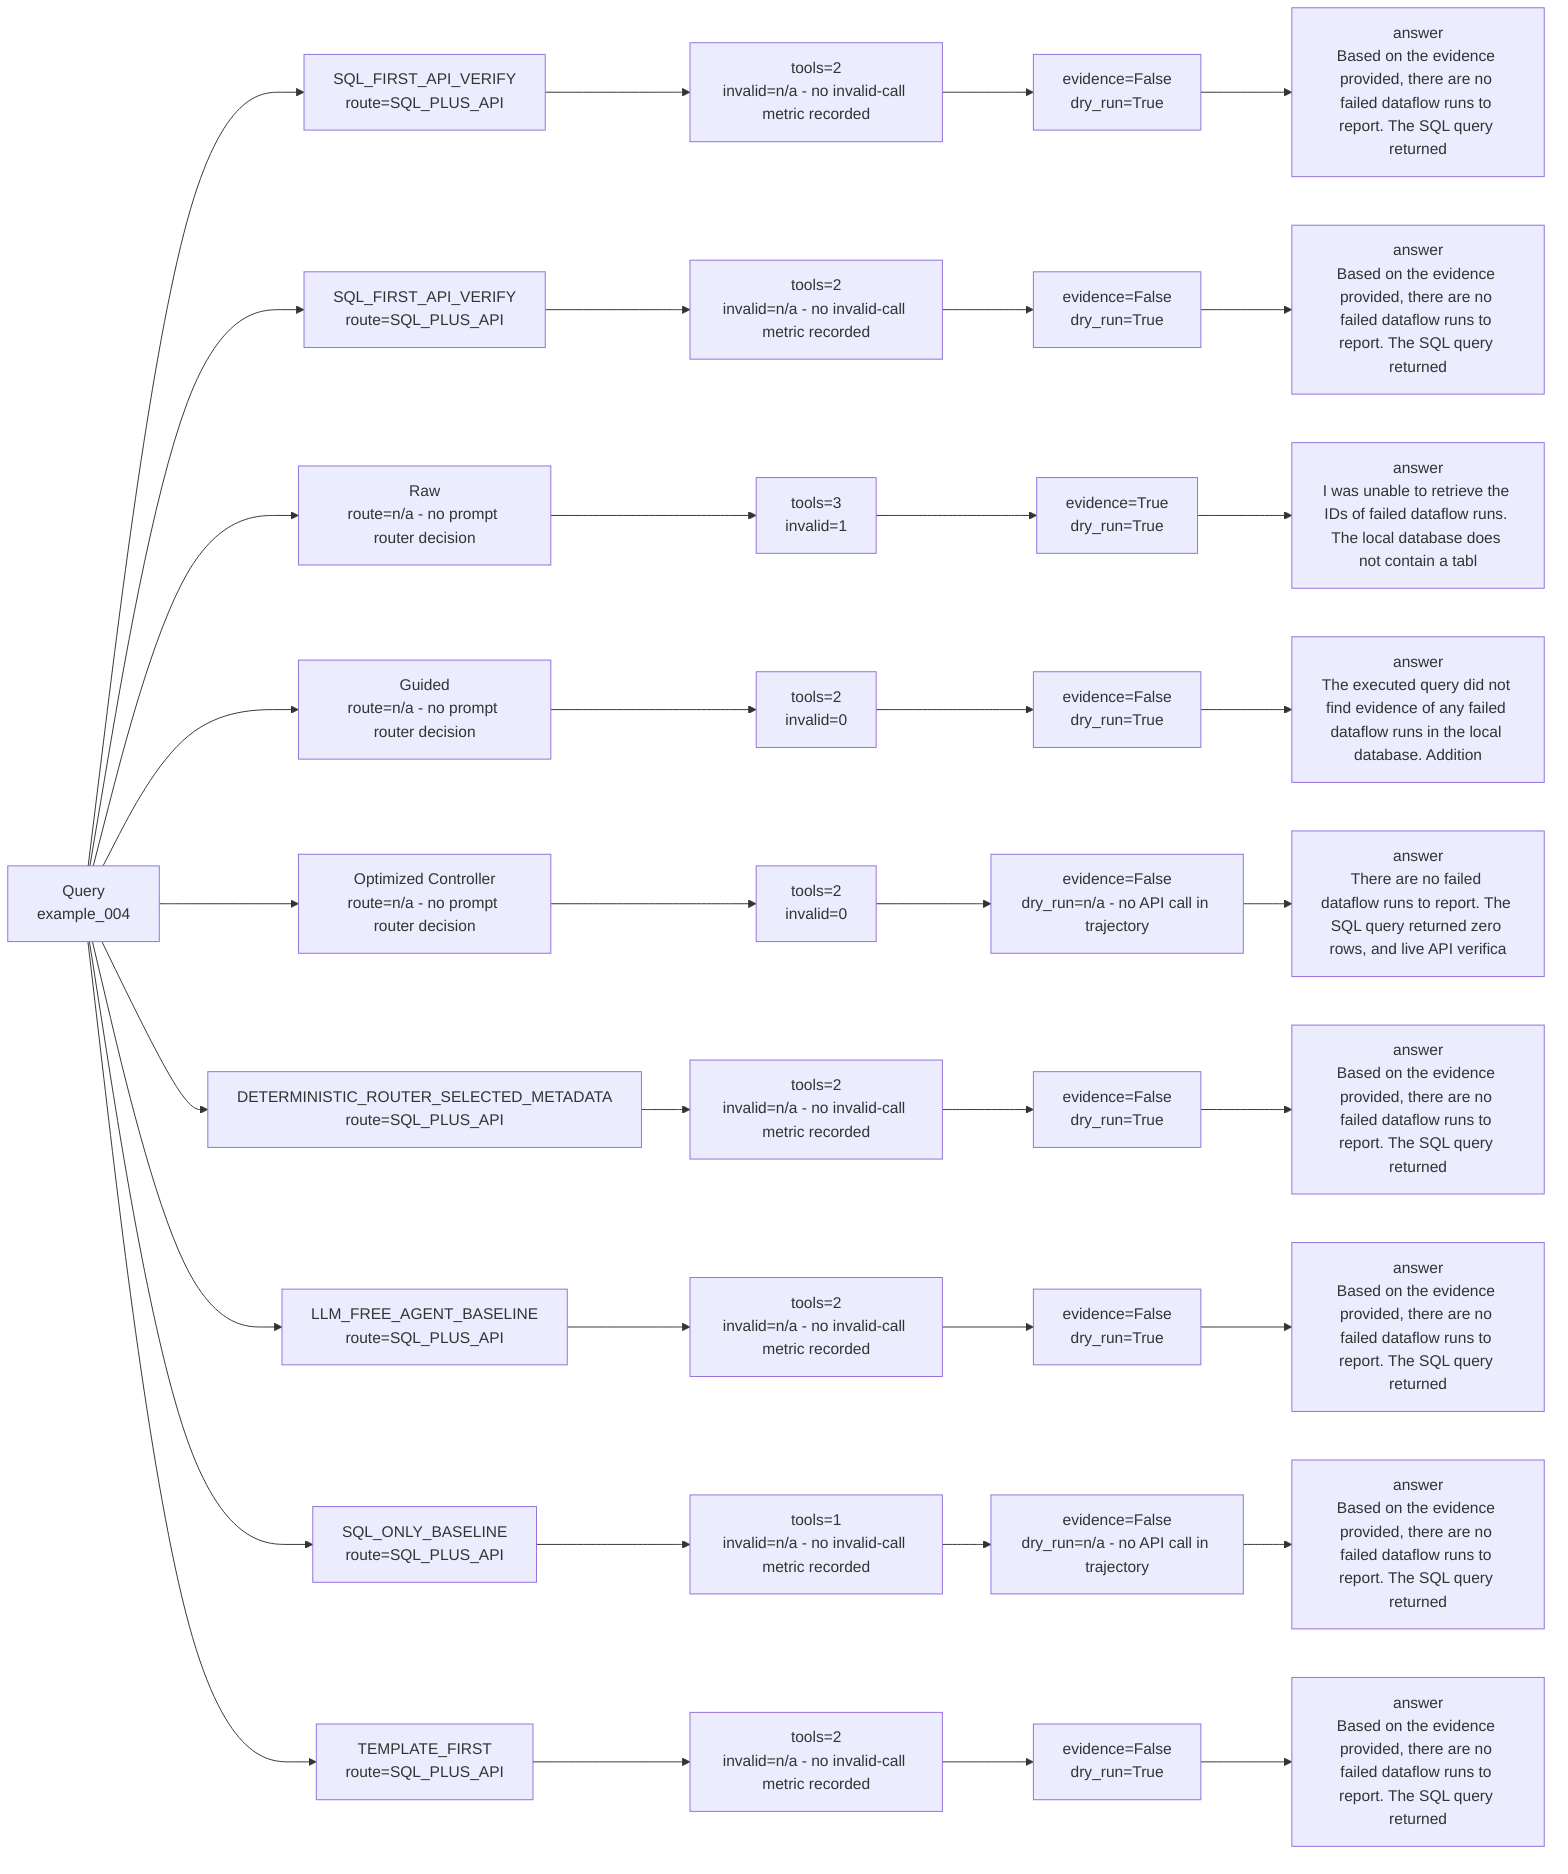
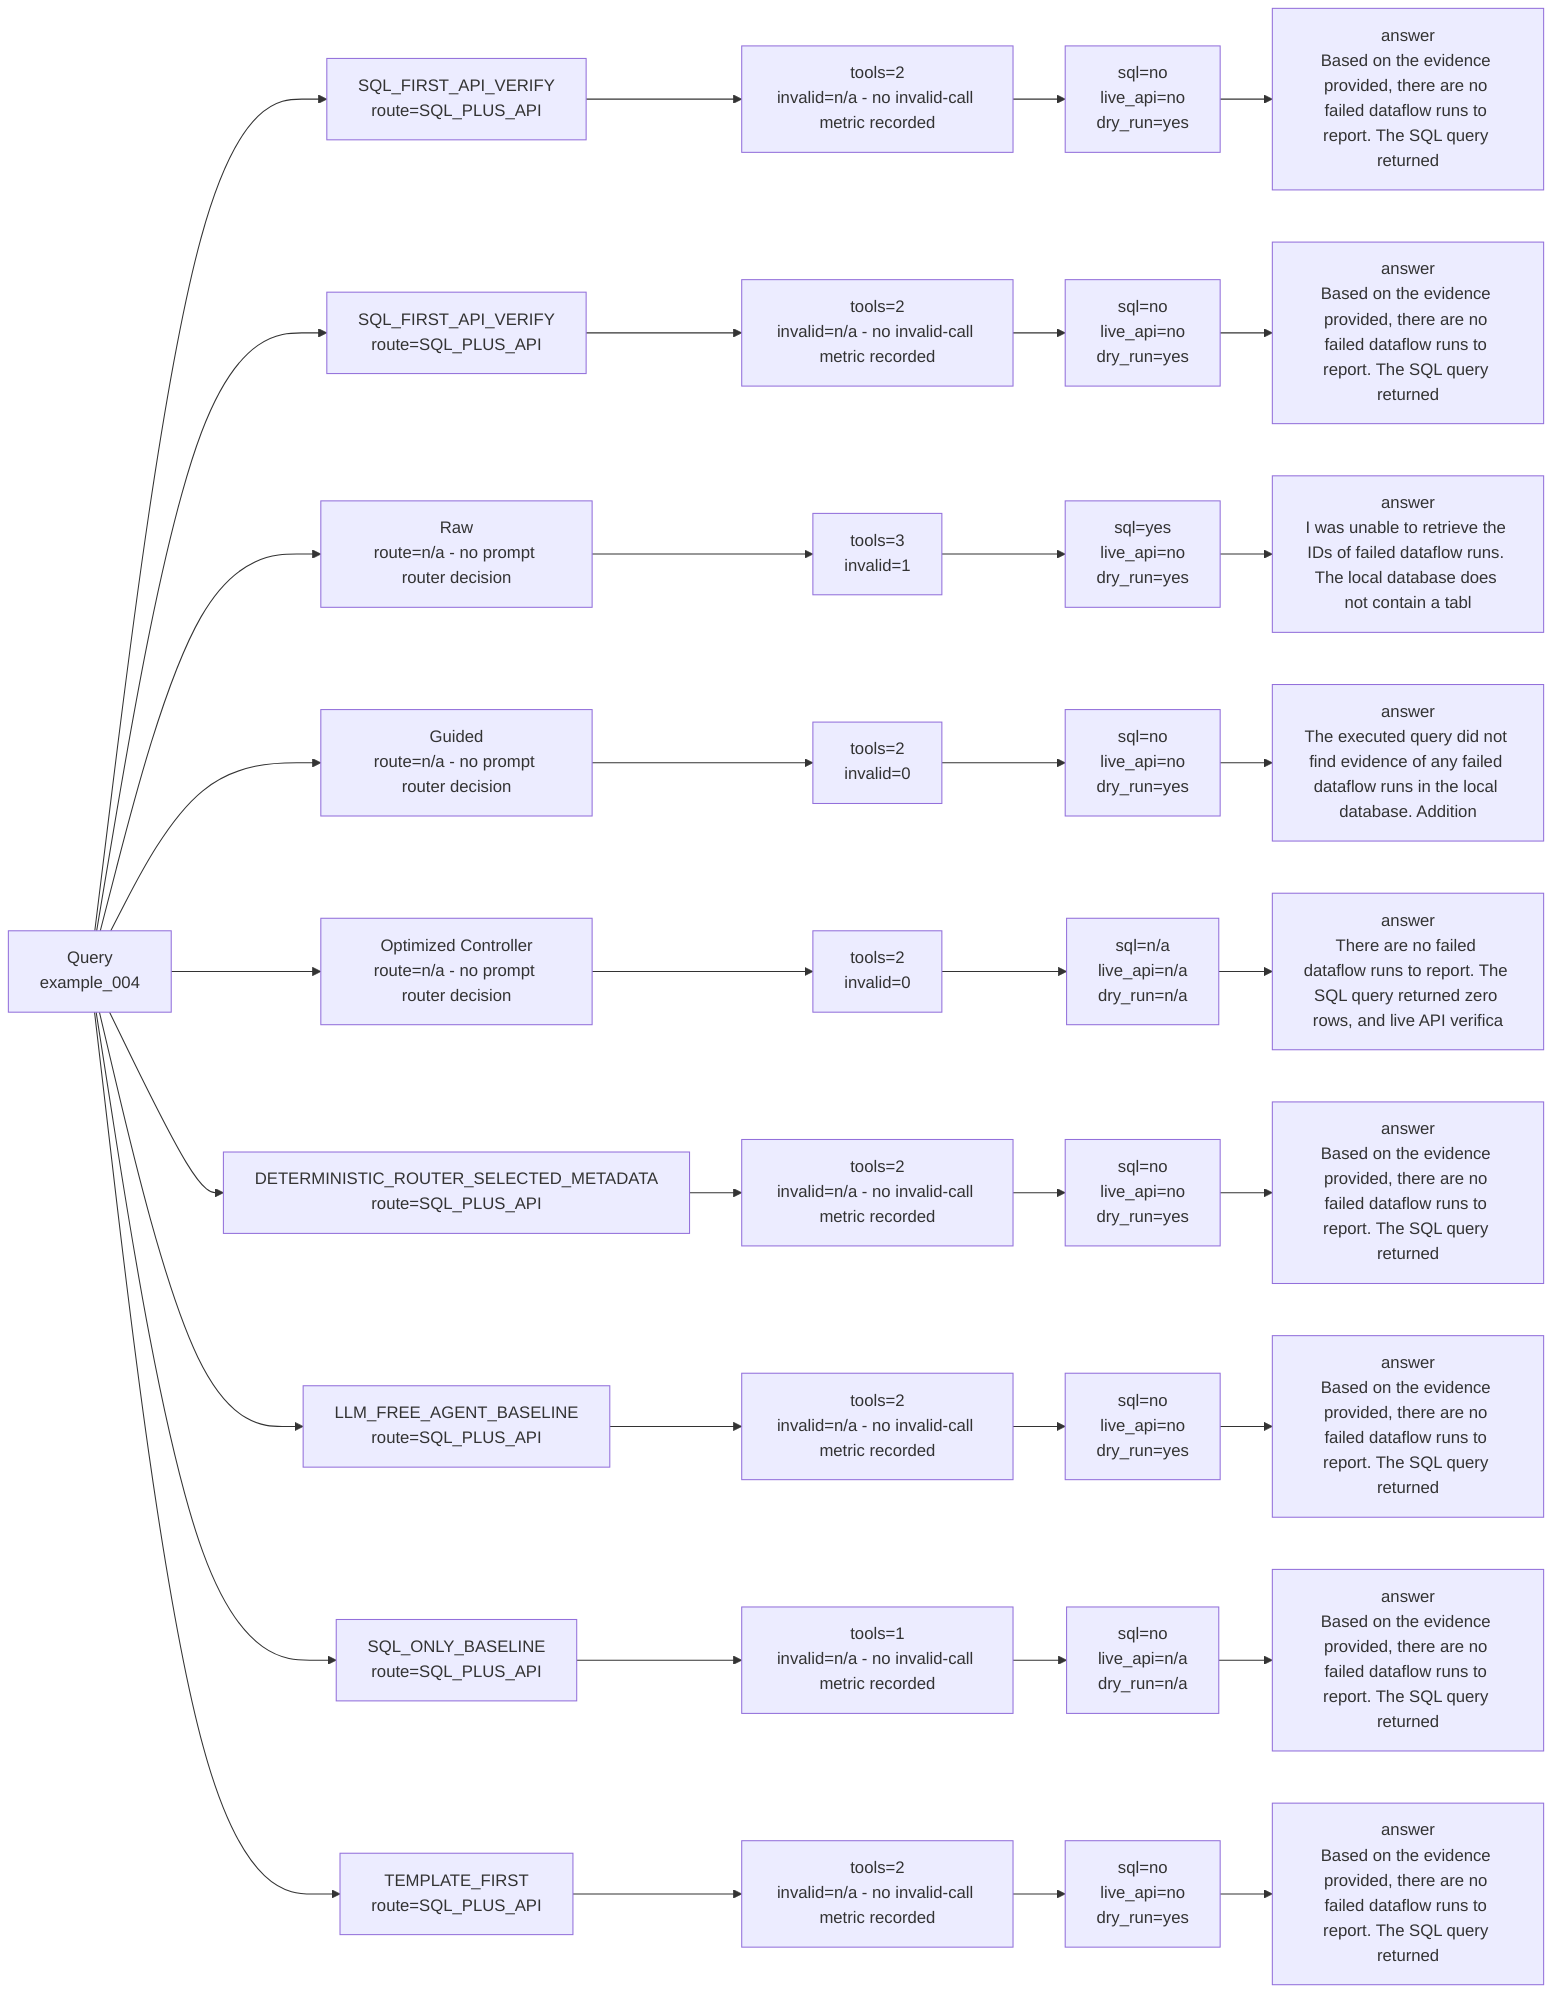
flowchart LR
  prompt["Query<br/>example_004"]
  prompt --> s0_route["SQL_FIRST_API_VERIFY<br/>route=SQL_PLUS_API"]
  s0_route --> s0_tools["tools=2<br/>invalid=n/a - no invalid-call metric recorded"]
-   s0_tools --> s0_evidence["evidence=False<br/>dry_run=True"]
+   s0_tools --> s0_evidence["sql=no<br/>live_api=no<br/>dry_run=yes"]
  s0_evidence --> s0_answer["answer<br/>Based on the evidence provided, there are no failed dataflow runs to report. The SQL query returned "]
  prompt --> s1_route["SQL_FIRST_API_VERIFY<br/>route=SQL_PLUS_API"]
  s1_route --> s1_tools["tools=2<br/>invalid=n/a - no invalid-call metric recorded"]
-   s1_tools --> s1_evidence["evidence=False<br/>dry_run=True"]
+   s1_tools --> s1_evidence["sql=no<br/>live_api=no<br/>dry_run=yes"]
  s1_evidence --> s1_answer["answer<br/>Based on the evidence provided, there are no failed dataflow runs to report. The SQL query returned "]
  prompt --> s2_route["Raw<br/>route=n/a - no prompt router decision"]
  s2_route --> s2_tools["tools=3<br/>invalid=1"]
-   s2_tools --> s2_evidence["evidence=True<br/>dry_run=True"]
+   s2_tools --> s2_evidence["sql=yes<br/>live_api=no<br/>dry_run=yes"]
  s2_evidence --> s2_answer["answer<br/>I was unable to retrieve the IDs of failed dataflow runs. The local database does not contain a tabl"]
  prompt --> s3_route["Guided<br/>route=n/a - no prompt router decision"]
  s3_route --> s3_tools["tools=2<br/>invalid=0"]
-   s3_tools --> s3_evidence["evidence=False<br/>dry_run=True"]
+   s3_tools --> s3_evidence["sql=no<br/>live_api=no<br/>dry_run=yes"]
  s3_evidence --> s3_answer["answer<br/>The executed query did not find evidence of any failed dataflow runs in the local database. Addition"]
  prompt --> s4_route["Optimized Controller<br/>route=n/a - no prompt router decision"]
  s4_route --> s4_tools["tools=2<br/>invalid=0"]
-   s4_tools --> s4_evidence["evidence=False<br/>dry_run=n/a - no API call in trajectory"]
+   s4_tools --> s4_evidence["sql=n/a<br/>live_api=n/a<br/>dry_run=n/a"]
  s4_evidence --> s4_answer["answer<br/>There are no failed dataflow runs to report. The SQL query returned zero rows, and live API verifica"]
  prompt --> s5_route["DETERMINISTIC_ROUTER_SELECTED_METADATA<br/>route=SQL_PLUS_API"]
  s5_route --> s5_tools["tools=2<br/>invalid=n/a - no invalid-call metric recorded"]
-   s5_tools --> s5_evidence["evidence=False<br/>dry_run=True"]
+   s5_tools --> s5_evidence["sql=no<br/>live_api=no<br/>dry_run=yes"]
  s5_evidence --> s5_answer["answer<br/>Based on the evidence provided, there are no failed dataflow runs to report. The SQL query returned "]
  prompt --> s6_route["LLM_FREE_AGENT_BASELINE<br/>route=SQL_PLUS_API"]
  s6_route --> s6_tools["tools=2<br/>invalid=n/a - no invalid-call metric recorded"]
-   s6_tools --> s6_evidence["evidence=False<br/>dry_run=True"]
+   s6_tools --> s6_evidence["sql=no<br/>live_api=no<br/>dry_run=yes"]
  s6_evidence --> s6_answer["answer<br/>Based on the evidence provided, there are no failed dataflow runs to report. The SQL query returned "]
  prompt --> s7_route["SQL_ONLY_BASELINE<br/>route=SQL_PLUS_API"]
  s7_route --> s7_tools["tools=1<br/>invalid=n/a - no invalid-call metric recorded"]
-   s7_tools --> s7_evidence["evidence=False<br/>dry_run=n/a - no API call in trajectory"]
+   s7_tools --> s7_evidence["sql=no<br/>live_api=n/a<br/>dry_run=n/a"]
  s7_evidence --> s7_answer["answer<br/>Based on the evidence provided, there are no failed dataflow runs to report. The SQL query returned "]
  prompt --> s8_route["TEMPLATE_FIRST<br/>route=SQL_PLUS_API"]
  s8_route --> s8_tools["tools=2<br/>invalid=n/a - no invalid-call metric recorded"]
-   s8_tools --> s8_evidence["evidence=False<br/>dry_run=True"]
+   s8_tools --> s8_evidence["sql=no<br/>live_api=no<br/>dry_run=yes"]
  s8_evidence --> s8_answer["answer<br/>Based on the evidence provided, there are no failed dataflow runs to report. The SQL query returned "]
